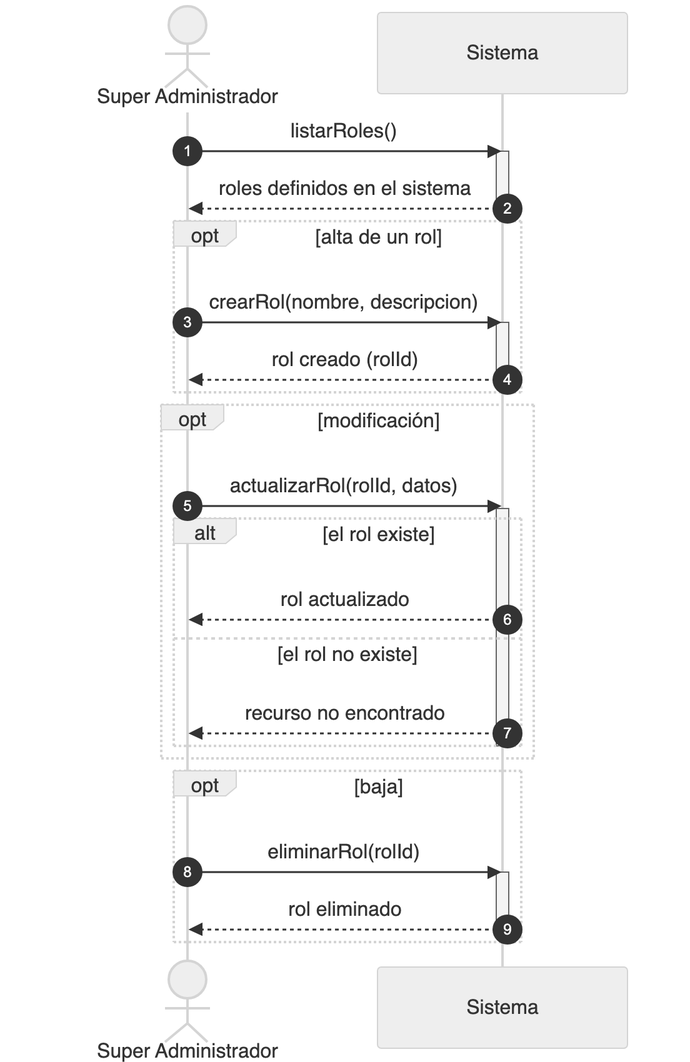
Above: diagramas/png/DSS_CU-089_Gestionar-Roles-Del-Sistema.png in Nahuelito-Dev/splg-docs (Mermaid), before the change. Its source is kept beside it as diagramas/DSS_CU-089_Gestionar-Roles-Del-Sistema.mmd. Source of this version:
```mermaid
sequenceDiagram
    title DSS — CU-089 Gestionar Roles Del Sistema
    autonumber
    actor SUP as Super Administrador
    participant SIS as Sistema

    SUP->>SIS: listarRoles()
    activate SIS
    SIS-->>SUP: roles definidos en el sistema
    deactivate SIS

    opt alta de un rol
        SUP->>SIS: crearRol(nombre, descripcion)
        activate SIS
        SIS-->>SUP: rol creado (rolId)
        deactivate SIS
    end

    opt modificación
        SUP->>SIS: actualizarRol(rolId, datos)
        activate SIS
        alt el rol existe
            SIS-->>SUP: rol actualizado
        else el rol no existe
            SIS-->>SUP: recurso no encontrado
        end
        deactivate SIS
    end

    opt baja
        SUP->>SIS: eliminarRol(rolId)
        activate SIS
        SIS-->>SUP: rol eliminado
        deactivate SIS
    end
```
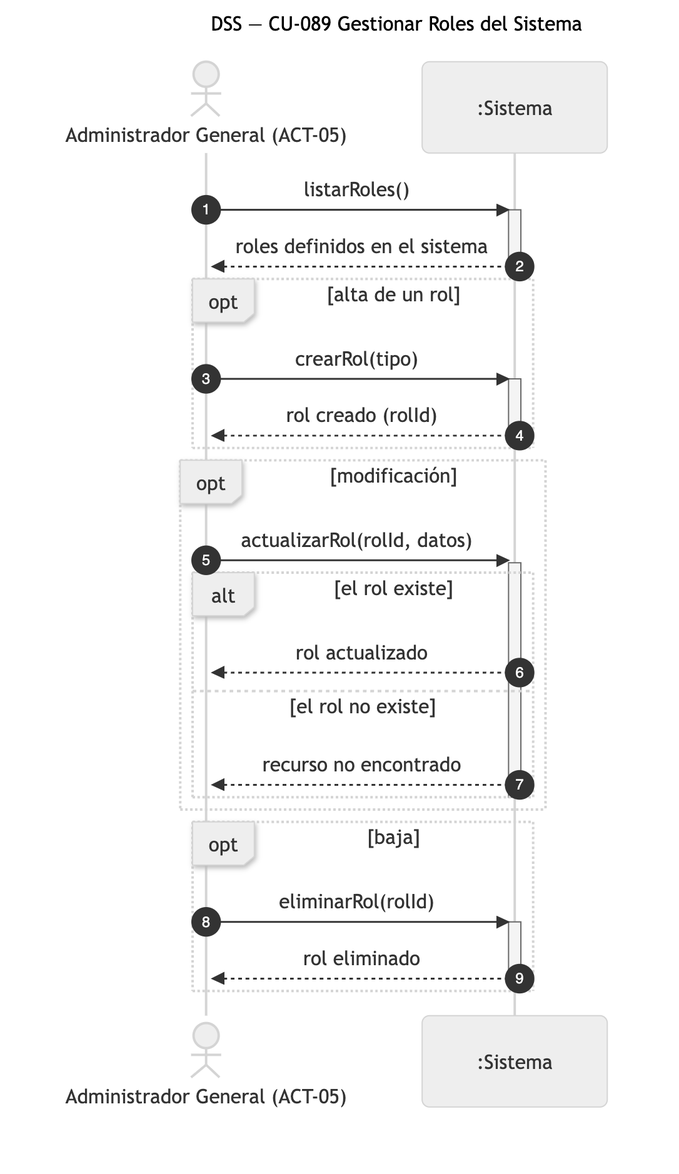
Later version of the same file.

Diff of the diagram source:
```diff
@@ -1,8 +1,8 @@
 sequenceDiagram
-    title DSS — CU-089 Gestionar Roles Del Sistema
+    title DSS — CU-089 Gestionar Roles del Sistema
     autonumber
-    actor SUP as Super Administrador
-    participant SIS as Sistema
+    actor SUP as Administrador General (ACT-05)
+    participant SIS as :Sistema
 
     SUP->>SIS: listarRoles()
     activate SIS
@@ -10,7 +10,7 @@
     deactivate SIS
 
     opt alta de un rol
-        SUP->>SIS: crearRol(nombre, descripcion)
+        SUP->>SIS: crearRol(tipo)
         activate SIS
         SIS-->>SUP: rol creado (rolId)
         deactivate SIS
```
